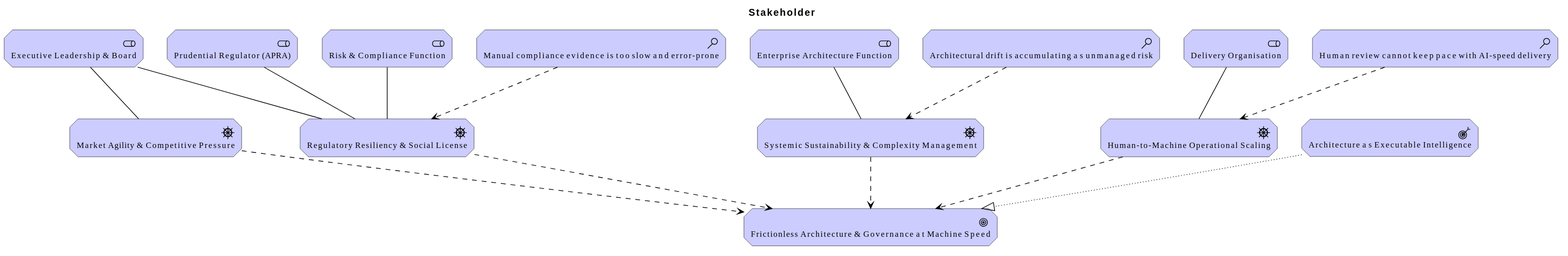
Before: architecture/model/diagrams/vision/stakeholder.svg, a diagram exported from PlantUML (wolffy-au/frictionless-architect).
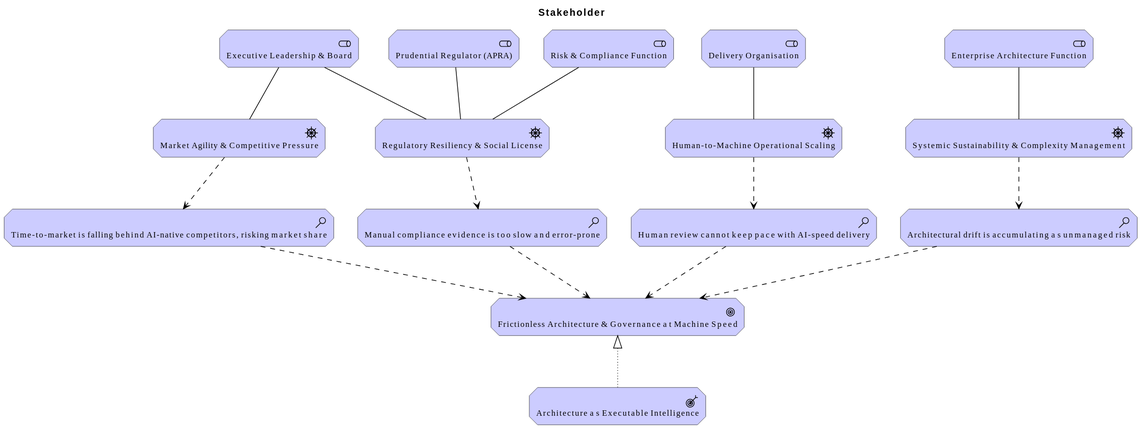
The same diagram one commit later.

Diff of the diagram source:
```diff
@@ -12,6 +12,7 @@
 Motivation_Stakeholder(e_id3bf463ccf22a53, "Enterprise Architecture Function")
 Motivation_Stakeholder(e_idb1fdf098c7c056, "Delivery Organisation")
 Motivation_Stakeholder(e_id133bbac4b3e450, "Risk & Compliance Function")
+Motivation_Assessment(e_id6f46906d5a1152, "Time-to-market is falling behind AI-native competitors, risking market share")
 Motivation_Assessment(e_idb87589e2f37157, "Human review cannot keep pace with AI-speed delivery")
 Motivation_Assessment(e_id62397473120e57, "Architectural drift is accumulating as unmanaged risk")
 Motivation_Assessment(e_idca6274daf5c552, "Manual compliance evidence is too slow and error-prone")
@@ -24,12 +25,13 @@
 Rel_Association(e_id3bf463ccf22a53, e_idb3458ded88aa5a, "")
 Rel_Association(e_idb1fdf098c7c056, e_ida75d463a748254, "")
 Rel_Association(e_id133bbac4b3e450, e_idffe4063e121e5d, "")
-Rel_Influence(e_idb87589e2f37157, e_ida75d463a748254, "")
-Rel_Influence(e_id62397473120e57, e_idb3458ded88aa5a, "")
-Rel_Influence(e_idca6274daf5c552, e_idffe4063e121e5d, "")
-Rel_Influence(e_ida87011c08f1e5a, e_id76f6d8b4d70151, "")
-Rel_Influence(e_idffe4063e121e5d, e_id76f6d8b4d70151, "")
-Rel_Influence(e_idb3458ded88aa5a, e_id76f6d8b4d70151, "")
-Rel_Influence(e_ida75d463a748254, e_id76f6d8b4d70151, "")
-Rel_Realization(e_idfbcf1e02e62655, e_id76f6d8b4d70151, "")
+Rel_Influence(e_ida87011c08f1e5a, e_id6f46906d5a1152, "")
+Rel_Influence(e_ida75d463a748254, e_idb87589e2f37157, "")
+Rel_Influence(e_idb3458ded88aa5a, e_id62397473120e57, "")
+Rel_Influence(e_idffe4063e121e5d, e_idca6274daf5c552, "")
+Rel_Influence(e_id6f46906d5a1152, e_id76f6d8b4d70151, "")
+Rel_Influence(e_idb87589e2f37157, e_id76f6d8b4d70151, "")
+Rel_Influence(e_id62397473120e57, e_id76f6d8b4d70151, "")
+Rel_Influence(e_idca6274daf5c552, e_id76f6d8b4d70151, "")
+Rel_Realization_Up(e_idfbcf1e02e62655, e_id76f6d8b4d70151, "")
 @enduml
```
